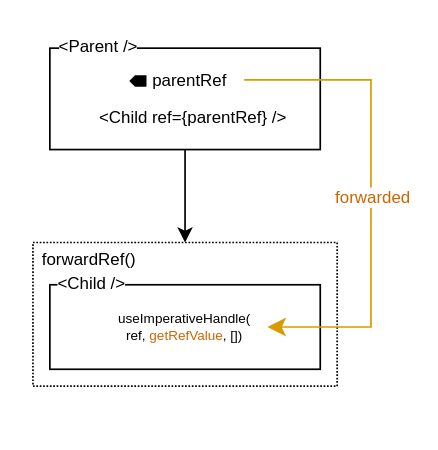
This is page "useImperativeHandle" (3 of 4) of posts/173-react-forwardref/diagrams/diagram.drawio from panzerdp/dmitripavlutin.com, a draw.io file, before an edit. Source tidied: cells renumbered, new cells numbered last; positions are measured from the earlier drawing's top-left corner, leaving out a move shared by most shapes. Both pictures are drawn from the tidied source at 169%, with x=0, y=0 at pixel (29, 29).
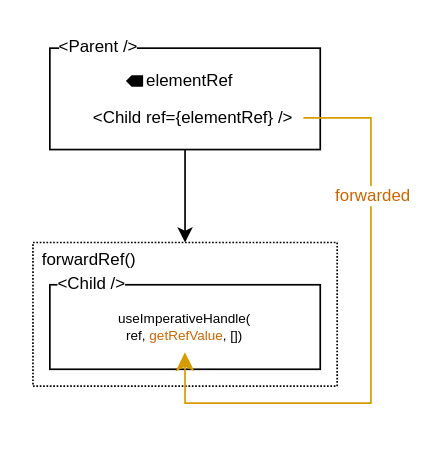
After the change.

What changed in the source:
```diff
@@
 <mxGraphModel>
   <root>
     <mxCell id="0" />
     <mxCell id="1" parent="0" />
     <mxCell id="2" style="edgeStyle=none;html=1;exitX=0.5;exitY=1;exitDx=0;exitDy=0;fontSize=10;" parent="1" edge="1" source="3" target="9">
       <mxGeometry relative="1" as="geometry" />
     </mxCell>
     <mxCell id="3" style="group;" parent="1" vertex="1">
       <mxGeometry x="12" y="11" width="160" height="60" as="geometry" />
     </mxCell>
     <mxCell id="4" style="rounded=0;whiteSpace=wrap;html=1;" parent="3" vertex="1">
       <mxGeometry width="160" height="60" as="geometry" />
     </mxCell>
-    <mxCell id="5" value="&amp;lt;Child ref={parentRef} /&amp;gt;" style="text;html=1;strokeColor=none;fillColor=none;align=center;verticalAlign=middle;whiteSpace=wrap;rounded=0;fontSize=10;" parent="3" vertex="1">
+    <mxCell id="5" value="&amp;lt;Child ref={elementRef} /&amp;gt;" style="text;html=1;strokeColor=none;fillColor=none;align=center;verticalAlign=middle;whiteSpace=wrap;rounded=0;fontSize=10;" parent="3" vertex="1">
       <mxGeometry x="20" y="30" width="130" height="22.5" as="geometry" />
     </mxCell>
     <mxCell id="6" style="group;" parent="3" vertex="1">
       <mxGeometry x="45" y="7.5" width="70" height="22.5" as="geometry" />
     </mxCell>
-    <mxCell id="7" value="parentRef" style="text;html=1;strokeColor=none;fillColor=none;align=center;verticalAlign=middle;whiteSpace=wrap;rounded=0;fontSize=10;" parent="6" vertex="1">
+    <mxCell id="7" value="elementRef" style="text;html=1;strokeColor=none;fillColor=none;align=center;verticalAlign=middle;whiteSpace=wrap;rounded=0;fontSize=10;" parent="6" vertex="1">
       <mxGeometry x="6.4" width="63.6" height="22.5" as="geometry" />
     </mxCell>
     <mxCell id="8" style="verticalLabelPosition=bottom;html=1;verticalAlign=top;strokeWidth=1;align=center;dashed=0;shape=mxgraph.aws3d.reference2;fillColor=#000000;strokeColor=none;fontSize=10;" parent="6" vertex="1">
-      <mxGeometry x="2" y="8.5" width="10.2" height="6.8" as="geometry" />
+      <mxGeometry y="8.5" width="10.2" height="6.8" as="geometry" />
     </mxCell>
     <mxCell id="9" style="rounded=0;whiteSpace=wrap;html=1;dashed=1;dashPattern=1 1;" parent="1" vertex="1">
       <mxGeometry x="2" y="126" width="180" height="85" as="geometry" />
     </mxCell>
     <mxCell id="10" style="rounded=0;whiteSpace=wrap;html=1;" parent="1" vertex="1">
       <mxGeometry x="12" y="151" width="160" height="50" as="geometry" />
     </mxCell>
     <mxCell id="11" value="forwardRef()" style="text;html=1;strokeColor=none;fillColor=none;align=center;verticalAlign=middle;whiteSpace=wrap;rounded=0;fontSize=10;" parent="1" vertex="1">
       <mxGeometry y="121" width="71" height="30" as="geometry" />
     </mxCell>
     <mxCell id="12" value="useImperativeHandle(&lt;br&gt;ref, &lt;font color=&quot;#cc6600&quot;&gt;getRefValue&lt;/font&gt;, []&lt;span style=&quot;background-color: initial; text-align: left;&quot;&gt;)&lt;/span&gt;" style="text;html=1;strokeColor=none;fillColor=none;align=center;verticalAlign=middle;whiteSpace=wrap;rounded=0;fontSize=8;" parent="1" vertex="1">
       <mxGeometry x="43.2" y="161" width="97.5" height="30" as="geometry" />
     </mxCell>
-    <mxCell id="13" style="edgeStyle=segmentEdgeStyle;endArrow=classic;html=1;curved=0;rounded=0;endSize=8;startSize=8;fontSize=10;exitX=1;exitY=0.5;exitDx=0;exitDy=0;fillColor=#ffe6cc;strokeColor=#d79b00;" parent="1" edge="1" source="7" target="12">
+    <mxCell id="13" style="edgeStyle=segmentEdgeStyle;endArrow=classic;html=1;curved=0;rounded=0;endSize=8;startSize=8;fontSize=10;fillColor=#ffe6cc;strokeColor=#d79b00;entryX=0.5;entryY=1;entryDx=0;entryDy=0;exitX=1;exitY=0.5;exitDx=0;exitDy=0;" parent="1" edge="1" source="5" target="12">
       <mxGeometry relative="1" as="geometry">
         <Array as="points">
-          <mxPoint x="202" y="30" />
-          <mxPoint x="202" y="176" />
+          <mxPoint x="202" y="52" />
+          <mxPoint x="202" y="221" />
+          <mxPoint x="92" y="221" />
         </Array>
       </mxGeometry>
     </mxCell>
-    <mxCell id="14" value="&lt;font color=&quot;#cc6600&quot;&gt;forwarded&lt;/font&gt;" style="edgeLabel;html=1;align=center;verticalAlign=middle;fontSize=10;" parent="13" vertex="1">
+    <mxCell id="14" value="&lt;font color=&quot;#cc6600&quot;&gt;forwarded&lt;br&gt;&lt;/font&gt;" style="edgeLabel;html=1;align=center;verticalAlign=middle;fontSize=10;" parent="13" vertex="1">
       <mxGeometry x="-0.04" relative="1" as="geometry">
-        <mxPoint y="8" as="offset" />
+        <mxPoint y="-82" as="offset" />
       </mxGeometry>
     </mxCell>
     <mxCell id="15" value="&amp;lt;Parent /&amp;gt;" style="text;html=1;align=center;verticalAlign=middle;whiteSpace=wrap;rounded=0;strokeWidth=1;fontSize=10;labelBackgroundColor=default;" parent="1" vertex="1">
       <mxGeometry x="11" width="60" height="20" as="geometry" />
     </mxCell>
     <mxCell id="16" value="&amp;lt;Child /&amp;gt;" style="text;html=1;align=center;verticalAlign=middle;whiteSpace=wrap;rounded=0;strokeWidth=1;fontSize=10;labelBackgroundColor=default;" parent="1" vertex="1">
       <mxGeometry x="7" y="140" width="60" height="20" as="geometry" />
     </mxCell>
   </root>
 </mxGraphModel>
```
